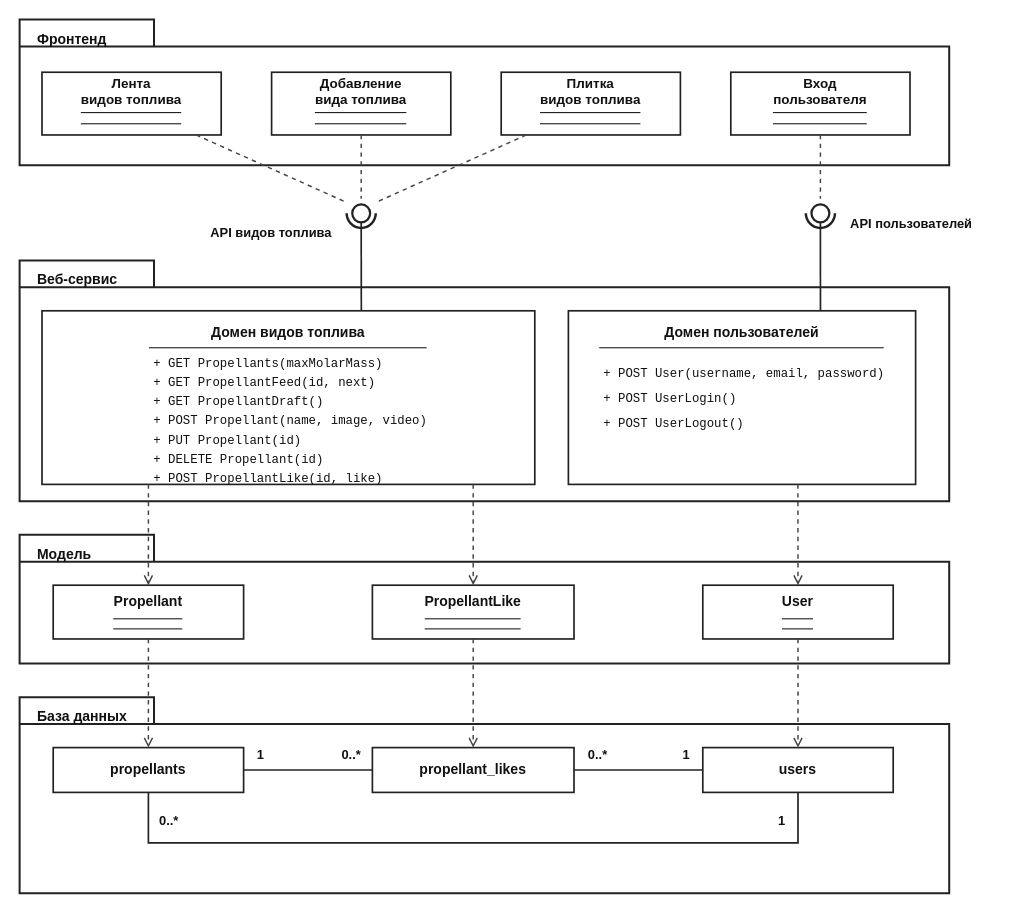
Above: class_diagram.drawio in Mr-Flyguy/propellant-impulse-backend (draw.io), before the change. Source tidied: cells renumbered, new cells numbered last; positions are measured from the earlier drawing's top-left corner, leaving out a move shared by most shapes. Both pictures are drawn from the tidied source at 112%, with x=0, y=0 at pixel (19, 19).
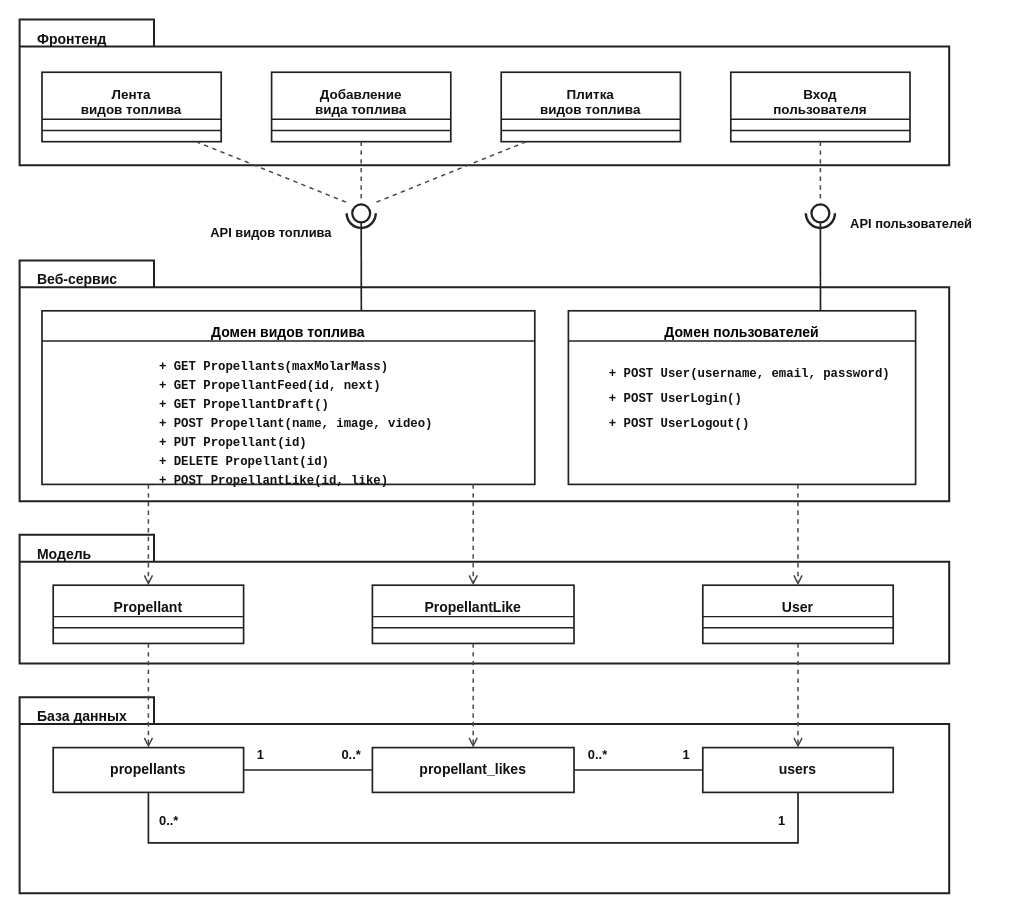
After the change.

What changed in the source:
```diff
@@
-    <mxCell id="6" value="&lt;table style=&quot;width:100%;height:100%;border-collapse:collapse;font-family:Helvetica;&quot; cellpadding=&quot;0&quot; cellspacing=&quot;0&quot;&gt;&lt;tr style=&quot;height:36px;&quot;&gt;&lt;td style=&quot;text-align:center;font-weight:bold;font-size:12px;border-bottom:1.2px solid #222222;vertical-align:middle;color:#111111;&quot;&gt;Лента&lt;br/&gt;видов топлива&lt;/td&gt;&lt;/tr&gt;&lt;tr style=&quot;height:10px;&quot;&gt;&lt;td style=&quot;border-bottom:1.2px solid #222222;&quot;&gt;&lt;/td&gt;&lt;/tr&gt;&lt;tr style=&quot;height:10px;&quot;&gt;&lt;td&gt;&lt;/td&gt;&lt;/tr&gt;&lt;/table&gt;" style="rounded=0;whiteSpace=wrap;html=1;fillColor=#FFFFFF;strokeColor=#222222;strokeWidth=1.5;spacing=0;spacingTop=0;spacingBottom=0;spacingLeft=0;spacingRight=0;overflow=hidden;" parent="1" vertex="1">
-      <mxGeometry x="20" y="47" width="160" height="56" as="geometry" />
+    <mxCell id="6" value="Лента&lt;br/&gt;видов топлива" style="rounded=0;whiteSpace=wrap;html=1;fillColor=#FFFFFF;strokeColor=#222222;strokeWidth=1.5;align=center;verticalAlign=top;spacingTop=6;fontFamily=Helvetica;fontSize=12;fontStyle=1;fontColor=#111111;" parent="1" vertex="1">
+      <mxGeometry x="20" y="47" width="160" height="62" as="geometry" />
     </mxCell>
+    <mxCell id="45" style="endArrow=none;html=1;strokeColor=#222222;strokeWidth=1.2;" parent="1" edge="1">
+      <mxGeometry relative="1" as="geometry">
+        <mxPoint x="20" y="89" as="sourcePoint" />
+        <mxPoint x="180" y="89" as="targetPoint" />
+      </mxGeometry>
+    </mxCell>
+    <mxCell id="46" style="endArrow=none;html=1;strokeColor=#222222;strokeWidth=1.2;" parent="1" edge="1">
+      <mxGeometry relative="1" as="geometry">
+        <mxPoint x="20" y="99" as="sourcePoint" />
+        <mxPoint x="180" y="99" as="targetPoint" />
+      </mxGeometry>
+    </mxCell>
-    <mxCell id="7" value="&lt;table style=&quot;width:100%;height:100%;border-collapse:collapse;font-family:Helvetica;&quot; cellpadding=&quot;0&quot; cellspacing=&quot;0&quot;&gt;&lt;tr style=&quot;height:36px;&quot;&gt;&lt;td style=&quot;text-align:center;font-weight:bold;font-size:12px;border-bottom:1.2px solid #222222;vertical-align:middle;color:#111111;&quot;&gt;Добавление&lt;br/&gt;вида топлива&lt;/td&gt;&lt;/tr&gt;&lt;tr style=&quot;height:10px;&quot;&gt;&lt;td style=&quot;border-bottom:1.2px solid #222222;&quot;&gt;&lt;/td&gt;&lt;/tr&gt;&lt;tr style=&quot;height:10px;&quot;&gt;&lt;td&gt;&lt;/td&gt;&lt;/tr&gt;&lt;/table&gt;" style="rounded=0;whiteSpace=wrap;html=1;fillColor=#FFFFFF;strokeColor=#222222;strokeWidth=1.5;spacing=0;spacingTop=0;spacingBottom=0;spacingLeft=0;spacingRight=0;overflow=hidden;" parent="1" vertex="1">
-      <mxGeometry x="225" y="47" width="160" height="56" as="geometry" />
+    <mxCell id="7" value="Добавление&lt;br/&gt;вида топлива" style="rounded=0;whiteSpace=wrap;html=1;fillColor=#FFFFFF;strokeColor=#222222;strokeWidth=1.5;align=center;verticalAlign=top;spacingTop=6;fontFamily=Helvetica;fontSize=12;fontStyle=1;fontColor=#111111;" parent="1" vertex="1">
+      <mxGeometry x="225" y="47" width="160" height="62" as="geometry" />
     </mxCell>
+    <mxCell id="47" style="endArrow=none;html=1;strokeColor=#222222;strokeWidth=1.2;" parent="1" edge="1">
+      <mxGeometry relative="1" as="geometry">
+        <mxPoint x="225" y="89" as="sourcePoint" />
+        <mxPoint x="385" y="89" as="targetPoint" />
+      </mxGeometry>
+    </mxCell>
+    <mxCell id="48" style="endArrow=none;html=1;strokeColor=#222222;strokeWidth=1.2;" parent="1" edge="1">
+      <mxGeometry relative="1" as="geometry">
+        <mxPoint x="225" y="99" as="sourcePoint" />
+        <mxPoint x="385" y="99" as="targetPoint" />
+      </mxGeometry>
+    </mxCell>
-    <mxCell id="8" value="&lt;table style=&quot;width:100%;height:100%;border-collapse:collapse;font-family:Helvetica;&quot; cellpadding=&quot;0&quot; cellspacing=&quot;0&quot;&gt;&lt;tr style=&quot;height:36px;&quot;&gt;&lt;td style=&quot;text-align:center;font-weight:bold;font-size:12px;border-bottom:1.2px solid #222222;vertical-align:middle;color:#111111;&quot;&gt;Плитка&lt;br/&gt;видов топлива&lt;/td&gt;&lt;/tr&gt;&lt;tr style=&quot;height:10px;&quot;&gt;&lt;td style=&quot;border-bottom:1.2px solid #222222;&quot;&gt;&lt;/td&gt;&lt;/tr&gt;&lt;tr style=&quot;height:10px;&quot;&gt;&lt;td&gt;&lt;/td&gt;&lt;/tr&gt;&lt;/table&gt;" style="rounded=0;whiteSpace=wrap;html=1;fillColor=#FFFFFF;strokeColor=#222222;strokeWidth=1.5;spacing=0;spacingTop=0;spacingBottom=0;spacingLeft=0;spacingRight=0;overflow=hidden;" parent="1" vertex="1">
-      <mxGeometry x="430" y="47" width="160" height="56" as="geometry" />
+    <mxCell id="8" value="Плитка&lt;br/&gt;видов топлива" style="rounded=0;whiteSpace=wrap;html=1;fillColor=#FFFFFF;strokeColor=#222222;strokeWidth=1.5;align=center;verticalAlign=top;spacingTop=6;fontFamily=Helvetica;fontSize=12;fontStyle=1;fontColor=#111111;" parent="1" vertex="1">
+      <mxGeometry x="430" y="47" width="160" height="62" as="geometry" />
     </mxCell>
+    <mxCell id="49" style="endArrow=none;html=1;strokeColor=#222222;strokeWidth=1.2;" parent="1" edge="1">
+      <mxGeometry relative="1" as="geometry">
+        <mxPoint x="430" y="89" as="sourcePoint" />
+        <mxPoint x="590" y="89" as="targetPoint" />
+      </mxGeometry>
+    </mxCell>
+    <mxCell id="50" style="endArrow=none;html=1;strokeColor=#222222;strokeWidth=1.2;" parent="1" edge="1">
+      <mxGeometry relative="1" as="geometry">
+        <mxPoint x="430" y="99" as="sourcePoint" />
+        <mxPoint x="590" y="99" as="targetPoint" />
+      </mxGeometry>
+    </mxCell>
-    <mxCell id="9" value="&lt;table style=&quot;width:100%;height:100%;border-collapse:collapse;font-family:Helvetica;&quot; cellpadding=&quot;0&quot; cellspacing=&quot;0&quot;&gt;&lt;tr style=&quot;height:36px;&quot;&gt;&lt;td style=&quot;text-align:center;font-weight:bold;font-size:12px;border-bottom:1.2px solid #222222;vertical-align:middle;color:#111111;&quot;&gt;Вход&lt;br/&gt;пользователя&lt;/td&gt;&lt;/tr&gt;&lt;tr style=&quot;height:10px;&quot;&gt;&lt;td style=&quot;border-bottom:1.2px solid #222222;&quot;&gt;&lt;/td&gt;&lt;/tr&gt;&lt;tr style=&quot;height:10px;&quot;&gt;&lt;td&gt;&lt;/td&gt;&lt;/tr&gt;&lt;/table&gt;" style="rounded=0;whiteSpace=wrap;html=1;fillColor=#FFFFFF;strokeColor=#222222;strokeWidth=1.5;spacing=0;spacingTop=0;spacingBottom=0;spacingLeft=0;spacingRight=0;overflow=hidden;" parent="1" vertex="1">
-      <mxGeometry x="635" y="47" width="160" height="56" as="geometry" />
+    <mxCell id="9" value="Вход&lt;br/&gt;пользователя" style="rounded=0;whiteSpace=wrap;html=1;fillColor=#FFFFFF;strokeColor=#222222;strokeWidth=1.5;align=center;verticalAlign=top;spacingTop=6;fontFamily=Helvetica;fontSize=12;fontStyle=1;fontColor=#111111;" parent="1" vertex="1">
+      <mxGeometry x="635" y="47" width="160" height="62" as="geometry" />
     </mxCell>
+    <mxCell id="51" style="endArrow=none;html=1;strokeColor=#222222;strokeWidth=1.2;" parent="1" edge="1">
+      <mxGeometry relative="1" as="geometry">
+        <mxPoint x="635" y="89" as="sourcePoint" />
+        <mxPoint x="795" y="89" as="targetPoint" />
+      </mxGeometry>
+    </mxCell>
+    <mxCell id="52" style="endArrow=none;html=1;strokeColor=#222222;strokeWidth=1.2;" parent="1" edge="1">
+      <mxGeometry relative="1" as="geometry">
+        <mxPoint x="635" y="99" as="sourcePoint" />
+        <mxPoint x="795" y="99" as="targetPoint" />
+      </mxGeometry>
+    </mxCell>
@@
-    <mxCell id="20" value="&lt;div style=&quot;font-weight:bold;font-size:12.5px;padding-top:4px;padding-bottom:5px;border-bottom:1.2px solid #222222;margin-bottom:6px;font-family:Helvetica;color:#111111;&quot;&gt;Домен видов топлива&lt;/div&gt;&lt;div style=&quot;text-align:left;font-family:Consolas,monospace;font-size:11px;line-height:1.55;color:#111111;padding-left:4px;&quot;&gt;+ GET Propellants(maxMolarMass)&lt;br/&gt;+ GET PropellantFeed(id, next)&lt;br/&gt;+ GET PropellantDraft()&lt;br/&gt;+ POST Propellant(name, image, video)&lt;br/&gt;+ PUT Propellant(id)&lt;br/&gt;+ DELETE Propellant(id)&lt;br/&gt;+ POST PropellantLike(id, like)&lt;/div&gt;" style="rounded=0;whiteSpace=wrap;html=1;fillColor=#FFFFFF;strokeColor=#222222;strokeWidth=1.5;align=center;verticalAlign=top;spacingTop=2;spacingLeft=10;spacingRight=10;" parent="1" vertex="1">
+    <mxCell id="20" value="Домен видов топлива&lt;div style=&quot;text-align:left;padding-top:14px;padding-left:14px;font-family:Consolas,monospace;font-size:11px;line-height:1.55;color:#111111;&quot;&gt;+ GET Propellants(maxMolarMass)&lt;br/&gt;+ GET PropellantFeed(id, next)&lt;br/&gt;+ GET PropellantDraft()&lt;br/&gt;+ POST Propellant(name, image, video)&lt;br/&gt;+ PUT Propellant(id)&lt;br/&gt;+ DELETE Propellant(id)&lt;br/&gt;+ POST PropellantLike(id, like)&lt;/div&gt;" style="rounded=0;whiteSpace=wrap;html=1;fillColor=#FFFFFF;strokeColor=#222222;strokeWidth=1.5;align=center;verticalAlign=top;spacingTop=6;fontFamily=Helvetica;fontSize=12.5;fontStyle=1;" parent="1" vertex="1">
       <mxGeometry x="20" y="260" width="440" height="155" as="geometry" />
     </mxCell>
+    <mxCell id="53" style="endArrow=none;html=1;strokeColor=#222222;strokeWidth=1.2;" parent="1" edge="1">
+      <mxGeometry relative="1" as="geometry">
+        <mxPoint x="20" y="287" as="sourcePoint" />
+        <mxPoint x="460" y="287" as="targetPoint" />
+      </mxGeometry>
+    </mxCell>
-    <mxCell id="21" value="&lt;div style=&quot;font-weight:bold;font-size:12.5px;padding-top:4px;padding-bottom:5px;border-bottom:1.2px solid #222222;margin-bottom:6px;font-family:Helvetica;color:#111111;&quot;&gt;Домен пользователей&lt;/div&gt;&lt;div style=&quot;text-align:left;font-family:Consolas,monospace;font-size:11px;line-height:2.0;color:#111111;padding-left:4px;padding-top:6px;&quot;&gt;+ POST User(username, email, password)&lt;br/&gt;+ POST UserLogin()&lt;br/&gt;+ POST UserLogout()&lt;/div&gt;" style="rounded=0;whiteSpace=wrap;html=1;fillColor=#FFFFFF;strokeColor=#222222;strokeWidth=1.5;align=center;verticalAlign=top;spacingTop=2;spacingLeft=10;spacingRight=10;" parent="1" vertex="1">
+    <mxCell id="21" value="Домен пользователей&lt;div style=&quot;text-align:left;padding-top:18px;padding-left:14px;font-family:Consolas,monospace;font-size:11px;line-height:2.0;color:#111111;&quot;&gt;+ POST User(username, email, password)&lt;br/&gt;+ POST UserLogin()&lt;br/&gt;+ POST UserLogout()&lt;/div&gt;" style="rounded=0;whiteSpace=wrap;html=1;fillColor=#FFFFFF;strokeColor=#222222;strokeWidth=1.5;align=center;verticalAlign=top;spacingTop=6;fontFamily=Helvetica;fontSize=12.5;fontStyle=1;" parent="1" vertex="1">
       <mxGeometry x="490" y="260" width="310" height="155" as="geometry" />
     </mxCell>
+    <mxCell id="54" style="endArrow=none;html=1;strokeColor=#222222;strokeWidth=1.2;" parent="1" edge="1">
+      <mxGeometry relative="1" as="geometry">
+        <mxPoint x="490" y="287" as="sourcePoint" />
+        <mxPoint x="800" y="287" as="targetPoint" />
+      </mxGeometry>
+    </mxCell>
@@
-    <mxCell id="24" value="&lt;table style=&quot;width:100%;height:100%;border-collapse:collapse;font-family:Helvetica;&quot; cellpadding=&quot;0&quot; cellspacing=&quot;0&quot;&gt;&lt;tr style=&quot;height:30px;&quot;&gt;&lt;td style=&quot;text-align:center;font-weight:bold;font-size:12.5px;border-bottom:1.2px solid #222222;vertical-align:middle;color:#111111;&quot;&gt;Propellant&lt;/td&gt;&lt;/tr&gt;&lt;tr style=&quot;height:9px;&quot;&gt;&lt;td style=&quot;border-bottom:1.2px solid #222222;&quot;&gt;&lt;/td&gt;&lt;/tr&gt;&lt;tr style=&quot;height:9px;&quot;&gt;&lt;td&gt;&lt;/td&gt;&lt;/tr&gt;&lt;/table&gt;" style="rounded=0;whiteSpace=wrap;html=1;fillColor=#FFFFFF;strokeColor=#222222;strokeWidth=1.5;spacing=0;spacingTop=0;spacingBottom=0;spacingLeft=0;spacingRight=0;overflow=hidden;" parent="1" vertex="1">
-      <mxGeometry x="30" y="505" width="170" height="48" as="geometry" />
+    <mxCell id="24" value="Propellant" style="rounded=0;whiteSpace=wrap;html=1;fillColor=#FFFFFF;strokeColor=#222222;strokeWidth=1.5;align=center;verticalAlign=top;spacingTop=6;fontFamily=Helvetica;fontSize=12.5;fontStyle=1;fontColor=#111111;" parent="1" vertex="1">
+      <mxGeometry x="30" y="505" width="170" height="52" as="geometry" />
     </mxCell>
+    <mxCell id="55" style="endArrow=none;html=1;strokeColor=#222222;strokeWidth=1.2;" parent="1" edge="1">
+      <mxGeometry relative="1" as="geometry">
+        <mxPoint x="30" y="533" as="sourcePoint" />
+        <mxPoint x="200" y="533" as="targetPoint" />
+      </mxGeometry>
+    </mxCell>
+    <mxCell id="56" style="endArrow=none;html=1;strokeColor=#222222;strokeWidth=1.2;" parent="1" edge="1">
+      <mxGeometry relative="1" as="geometry">
+        <mxPoint x="30" y="543" as="sourcePoint" />
+        <mxPoint x="200" y="543" as="targetPoint" />
+      </mxGeometry>
+    </mxCell>
-    <mxCell id="25" value="&lt;table style=&quot;width:100%;height:100%;border-collapse:collapse;font-family:Helvetica;&quot; cellpadding=&quot;0&quot; cellspacing=&quot;0&quot;&gt;&lt;tr style=&quot;height:30px;&quot;&gt;&lt;td style=&quot;text-align:center;font-weight:bold;font-size:12.5px;border-bottom:1.2px solid #222222;vertical-align:middle;color:#111111;&quot;&gt;PropellantLike&lt;/td&gt;&lt;/tr&gt;&lt;tr style=&quot;height:9px;&quot;&gt;&lt;td style=&quot;border-bottom:1.2px solid #222222;&quot;&gt;&lt;/td&gt;&lt;/tr&gt;&lt;tr style=&quot;height:9px;&quot;&gt;&lt;td&gt;&lt;/td&gt;&lt;/tr&gt;&lt;/table&gt;" style="rounded=0;whiteSpace=wrap;html=1;fillColor=#FFFFFF;strokeColor=#222222;strokeWidth=1.5;spacing=0;spacingTop=0;spacingBottom=0;spacingLeft=0;spacingRight=0;overflow=hidden;" parent="1" vertex="1">
-      <mxGeometry x="315" y="505" width="180" height="48" as="geometry" />
+    <mxCell id="25" value="PropellantLike" style="rounded=0;whiteSpace=wrap;html=1;fillColor=#FFFFFF;strokeColor=#222222;strokeWidth=1.5;align=center;verticalAlign=top;spacingTop=6;fontFamily=Helvetica;fontSize=12.5;fontStyle=1;fontColor=#111111;" parent="1" vertex="1">
+      <mxGeometry x="315" y="505" width="180" height="52" as="geometry" />
     </mxCell>
+    <mxCell id="57" style="endArrow=none;html=1;strokeColor=#222222;strokeWidth=1.2;" parent="1" edge="1">
+      <mxGeometry relative="1" as="geometry">
+        <mxPoint x="315" y="533" as="sourcePoint" />
+        <mxPoint x="495" y="533" as="targetPoint" />
+      </mxGeometry>
+    </mxCell>
+    <mxCell id="58" style="endArrow=none;html=1;strokeColor=#222222;strokeWidth=1.2;" parent="1" edge="1">
+      <mxGeometry relative="1" as="geometry">
+        <mxPoint x="315" y="543" as="sourcePoint" />
+        <mxPoint x="495" y="543" as="targetPoint" />
+      </mxGeometry>
+    </mxCell>
-    <mxCell id="26" value="&lt;table style=&quot;width:100%;height:100%;border-collapse:collapse;font-family:Helvetica;&quot; cellpadding=&quot;0&quot; cellspacing=&quot;0&quot;&gt;&lt;tr style=&quot;height:30px;&quot;&gt;&lt;td style=&quot;text-align:center;font-weight:bold;font-size:12.5px;border-bottom:1.2px solid #222222;vertical-align:middle;color:#111111;&quot;&gt;User&lt;/td&gt;&lt;/tr&gt;&lt;tr style=&quot;height:9px;&quot;&gt;&lt;td style=&quot;border-bottom:1.2px solid #222222;&quot;&gt;&lt;/td&gt;&lt;/tr&gt;&lt;tr style=&quot;height:9px;&quot;&gt;&lt;td&gt;&lt;/td&gt;&lt;/tr&gt;&lt;/table&gt;" style="rounded=0;whiteSpace=wrap;html=1;fillColor=#FFFFFF;strokeColor=#222222;strokeWidth=1.5;spacing=0;spacingTop=0;spacingBottom=0;spacingLeft=0;spacingRight=0;overflow=hidden;" parent="1" vertex="1">
-      <mxGeometry x="610" y="505" width="170" height="48" as="geometry" />
+    <mxCell id="26" value="User" style="rounded=0;whiteSpace=wrap;html=1;fillColor=#FFFFFF;strokeColor=#222222;strokeWidth=1.5;align=center;verticalAlign=top;spacingTop=6;fontFamily=Helvetica;fontSize=12.5;fontStyle=1;fontColor=#111111;" parent="1" vertex="1">
+      <mxGeometry x="610" y="505" width="170" height="52" as="geometry" />
     </mxCell>
+    <mxCell id="59" style="endArrow=none;html=1;strokeColor=#222222;strokeWidth=1.2;" parent="1" edge="1">
+      <mxGeometry relative="1" as="geometry">
+        <mxPoint x="610" y="533" as="sourcePoint" />
+        <mxPoint x="780" y="533" as="targetPoint" />
+      </mxGeometry>
+    </mxCell>
+    <mxCell id="60" style="endArrow=none;html=1;strokeColor=#222222;strokeWidth=1.2;" parent="1" edge="1">
+      <mxGeometry relative="1" as="geometry">
+        <mxPoint x="610" y="543" as="sourcePoint" />
+        <mxPoint x="780" y="543" as="targetPoint" />
+      </mxGeometry>
+    </mxCell>
```
